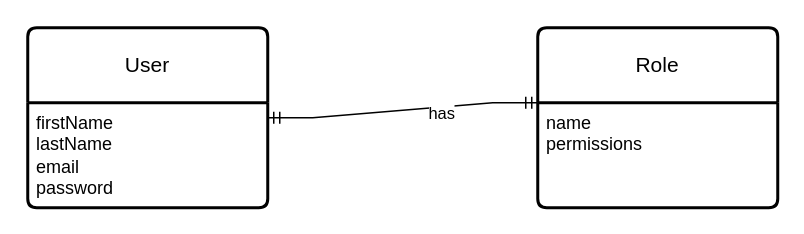
Above: conceptuelModel.drawio in erraoudi-soufiane/securecapita (draw.io), before the change. Source tidied: cells renumbered, new cells numbered last; positions are measured from the earlier drawing's top-left corner, leaving out a move shared by most shapes. Both pictures are drawn from the tidied source at 150%, with x=0, y=0 at pixel (27, 27).
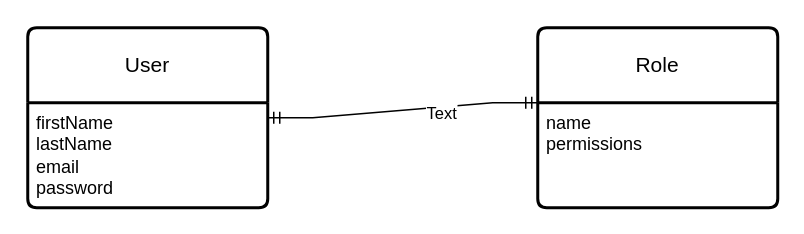
Above is the later version.

Diff of the diagram source:
```diff
@@
 <mxGraphModel>
   <root>
     <mxCell id="0" />
     <mxCell id="1" parent="0" />
     <mxCell id="2" value="Role" style="swimlane;horizontal=1;startSize=50;rounded=1;fontSize=14;fontStyle=0;strokeWidth=2;shadow=0;dashed=0;align=center;arcSize=4;whiteSpace=wrap;html=1;" parent="1" vertex="1">
       <mxGeometry x="340" width="160" height="120" as="geometry" />
     </mxCell>
     <mxCell id="3" value="&lt;div&gt;name&lt;/div&gt;&lt;div&gt;permissions&lt;br&gt;&lt;/div&gt;" style="align=left;strokeColor=none;fillColor=none;spacingLeft=4;fontSize=12;verticalAlign=top;html=1;" parent="2" vertex="1">
       <mxGeometry y="50" width="160" height="70" as="geometry" />
     </mxCell>
     <mxCell id="4" value="User" style="swimlane;horizontal=1;startSize=50;rounded=1;fontSize=14;fontStyle=0;strokeWidth=2;shadow=0;dashed=0;align=center;arcSize=4;whiteSpace=wrap;html=1;" parent="1" vertex="1">
       <mxGeometry width="160" height="120" as="geometry" />
     </mxCell>
     <mxCell id="5" value="&lt;div&gt;firstName&lt;/div&gt;&lt;div&gt;lastName&lt;/div&gt;&lt;div&gt;email&lt;/div&gt;&lt;div&gt;password&lt;br&gt;&lt;/div&gt;" style="align=left;strokeColor=none;fillColor=none;spacingLeft=4;fontSize=12;verticalAlign=top;html=1;" parent="4" vertex="1">
       <mxGeometry y="50" width="160" height="70" as="geometry" />
     </mxCell>
     <mxCell id="6" style="edgeStyle=entityRelationEdgeStyle;fontSize=12;html=1;endArrow=ERmandOne;startArrow=ERmandOne;rounded=0;entryX=0;entryY=0;entryDx=0;entryDy=0;" parent="1" edge="1" source="4" target="3">
       <mxGeometry relative="1" as="geometry" />
     </mxCell>
-    <mxCell id="7" value="has" style="edgeLabel;html=1;align=center;verticalAlign=middle;" parent="6" vertex="1">
+    <mxCell id="7" value="Text" style="edgeLabel;html=1;align=center;verticalAlign=middle;" parent="6" vertex="1">
       <mxGeometry x="0.28" y="-4" relative="1" as="geometry" />
     </mxCell>
   </root>
 </mxGraphModel>
```
